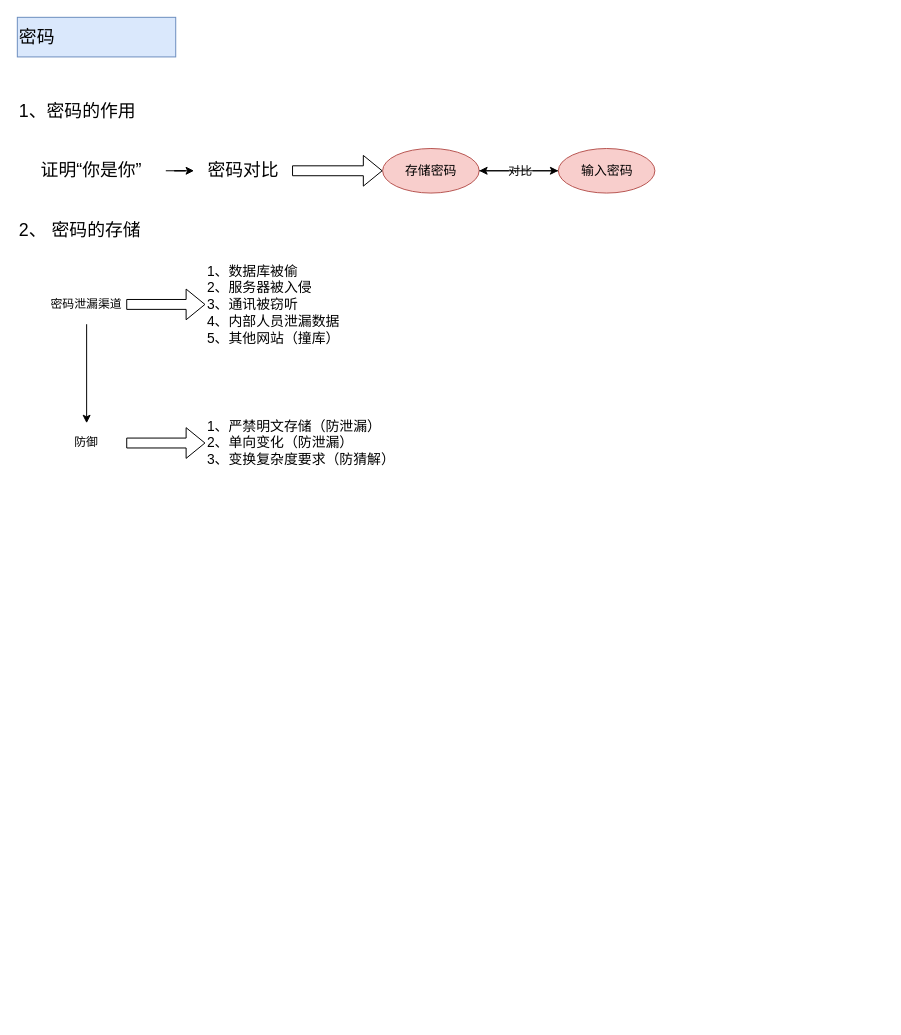
This is 密码.drawio from JMHello/draw, a draw.io file, before an edit. Source tidied: cells renumbered, new cells numbered last; positions are measured from the earlier drawing's top-left corner, leaving out a move shared by most shapes. Both pictures are drawn from the tidied source at 99%, with x=0, y=0 at pixel (17, 17).
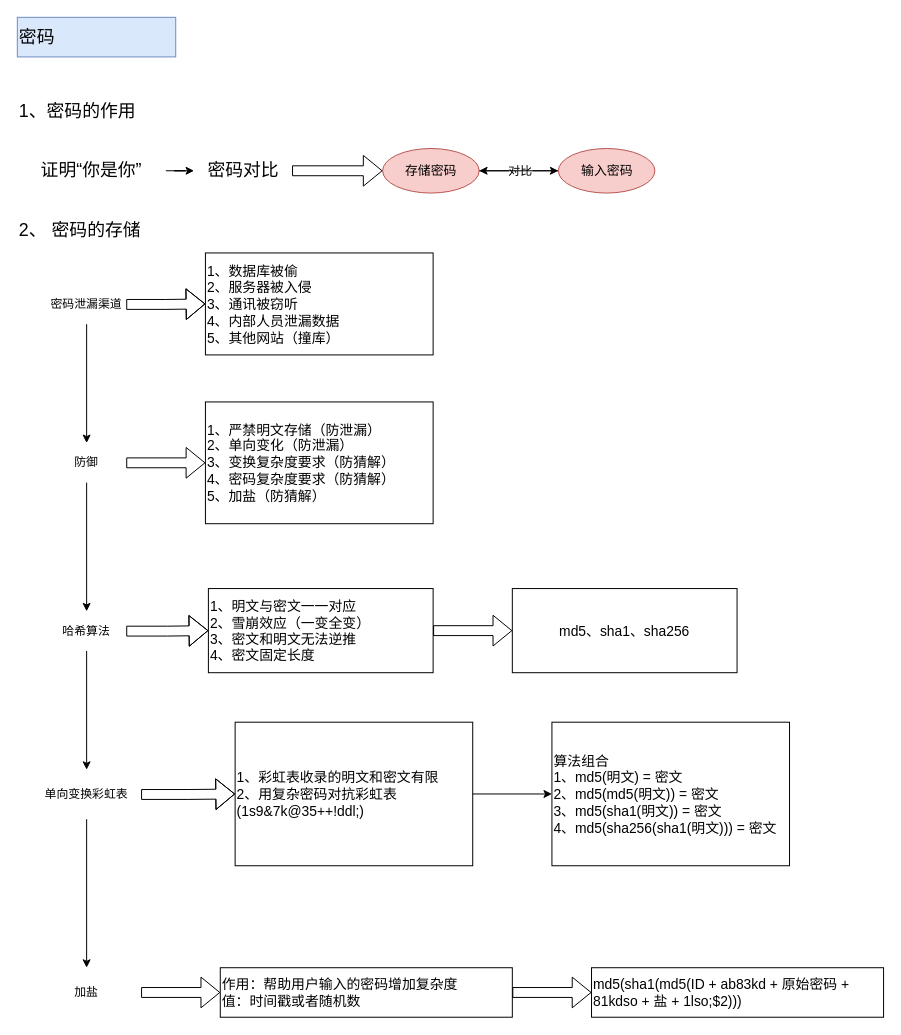
The same page after the edit.

The edit, as a diff of the source:
```diff
@@
+    <mxCell id="22" style="edgeStyle=orthogonalEdgeStyle;rounded=0;jettySize=auto;html=1;fontSize=14;" parent="1" edge="1" source="19" target="25">
+      <mxGeometry relative="1" as="geometry" />
+    </mxCell>
     <mxCell id="19" value="防御" style="text;html=1;strokeColor=none;fillColor=none;align=center;verticalAlign=middle;whiteSpace=wrap;rounded=0;" parent="1" vertex="1">
-      <mxGeometry x="30" y="410" width="80" height="40" as="geometry" />
+      <mxGeometry x="30" y="430" width="80" height="40" as="geometry" />
     </mxCell>
+    <mxCell id="23" style="edgeStyle=orthogonalEdgeStyle;rounded=0;jettySize=auto;html=1;fontSize=14;shape=flexArrow;" parent="1" edge="1" source="25" target="38">
+      <mxGeometry relative="1" as="geometry" />
+    </mxCell>
+    <mxCell id="24" style="edgeStyle=orthogonalEdgeStyle;rounded=0;jettySize=auto;html=1;fontSize=14;" parent="1" edge="1" source="25" target="28">
+      <mxGeometry relative="1" as="geometry" />
+    </mxCell>
+    <mxCell id="25" value="哈希算法" style="text;html=1;strokeColor=none;fillColor=none;align=center;verticalAlign=middle;whiteSpace=wrap;rounded=0;" parent="1" vertex="1">
+      <mxGeometry x="30" y="600" width="80" height="40" as="geometry" />
+    </mxCell>
+    <mxCell id="26" style="edgeStyle=orthogonalEdgeStyle;shape=flexArrow;rounded=0;jettySize=auto;html=1;fontSize=14;" parent="1" edge="1" source="28" target="35">
+      <mxGeometry relative="1" as="geometry" />
+    </mxCell>
+    <mxCell id="27" style="edgeStyle=orthogonalEdgeStyle;rounded=0;jettySize=auto;html=1;fontSize=14;" parent="1" edge="1" source="28" target="30">
+      <mxGeometry relative="1" as="geometry" />
+    </mxCell>
+    <mxCell id="28" value="单向变换彩虹表" style="text;html=1;strokeColor=none;fillColor=none;align=center;verticalAlign=middle;whiteSpace=wrap;rounded=0;" parent="1" vertex="1">
+      <mxGeometry x="15" y="760" width="110" height="50" as="geometry" />
+    </mxCell>
+    <mxCell id="29" style="edgeStyle=orthogonalEdgeStyle;rounded=0;jettySize=auto;html=1;fontSize=14;shape=flexArrow;" parent="1" edge="1" source="30" target="32">
+      <mxGeometry relative="1" as="geometry" />
+    </mxCell>
+    <mxCell id="30" value="加盐" style="text;html=1;strokeColor=none;fillColor=none;align=center;verticalAlign=middle;whiteSpace=wrap;rounded=0;" parent="1" vertex="1">
+      <mxGeometry x="15" y="960" width="110" height="50" as="geometry" />
+    </mxCell>
+    <mxCell id="31" style="edgeStyle=orthogonalEdgeStyle;shape=flexArrow;rounded=0;jettySize=auto;html=1;fontSize=14;" parent="1" edge="1" source="32" target="33">
+      <mxGeometry relative="1" as="geometry" />
+    </mxCell>
+    <mxCell id="32" value="作用：帮助用户输入的密码增加复杂度&lt;br&gt;值：时间戳或者随机数&lt;br&gt;" style="text;html=1;align=left;verticalAlign=middle;whiteSpace=wrap;rounded=0;strokeColor=#000000;fontSize=14;" parent="1" vertex="1">
+      <mxGeometry x="205" y="960" width="295" height="50" as="geometry" />
+    </mxCell>
+    <mxCell id="33" value="md5(sha1(md5(ID + ab83kd + 原始密码 + 81kdso + 盐 + 1lso;$2)))&lt;br&gt;" style="text;html=1;align=left;verticalAlign=middle;whiteSpace=wrap;rounded=0;strokeColor=#000000;fontSize=14;" parent="1" vertex="1">
+      <mxGeometry x="580" y="960" width="295" height="50" as="geometry" />
+    </mxCell>
+    <mxCell id="34" style="edgeStyle=orthogonalEdgeStyle;rounded=0;jettySize=auto;html=1;fontSize=14;" parent="1" edge="1" source="35" target="36">
+      <mxGeometry relative="1" as="geometry" />
+    </mxCell>
+    <mxCell id="35" value="1、彩虹表收录的明文和密文有限&lt;br&gt;2、用复杂密码对抗彩虹表&lt;br&gt;(1s9&amp;amp;7k@35++!ddl;)&lt;br&gt;" style="text;html=1;strokeColor=#000000;fillColor=none;align=left;verticalAlign=middle;whiteSpace=wrap;rounded=0;fontSize=14;" parent="1" vertex="1">
+      <mxGeometry x="220" y="712" width="240" height="145" as="geometry" />
+    </mxCell>
+    <mxCell id="36" value="算法组合&lt;br style=&quot;font-size: 14px&quot;&gt;1、md5(明文) = 密文&lt;br&gt;2、md5(md5(明文)) = 密文&lt;br&gt;3、md5(sha1(明文)) = 密文&lt;br&gt;4、md5(sha256(sha1(明文))) = 密文&lt;br&gt;" style="text;html=1;strokeColor=#000000;fillColor=none;align=left;verticalAlign=middle;whiteSpace=wrap;rounded=0;fontSize=14;" parent="1" vertex="1">
+      <mxGeometry x="540" y="712" width="240" height="145" as="geometry" />
+    </mxCell>
+    <mxCell id="37" style="edgeStyle=orthogonalEdgeStyle;shape=flexArrow;rounded=0;jettySize=auto;html=1;fontSize=14;" parent="1" edge="1" source="38" target="39">
+      <mxGeometry relative="1" as="geometry" />
+    </mxCell>
+    <mxCell id="38" value="1、明文与密文一一对应&lt;br style=&quot;font-size: 14px&quot;&gt;2、雪崩效应（一变全变）&lt;br&gt;3、密文和明文无法逆推&lt;br&gt;4、密文固定长度&lt;br style=&quot;font-size: 14px&quot;&gt;" style="text;html=1;align=left;verticalAlign=middle;whiteSpace=wrap;rounded=0;strokeColor=#000000;fontSize=14;" parent="1" vertex="1">
+      <mxGeometry x="193" y="577" width="227" height="85" as="geometry" />
+    </mxCell>
+    <mxCell id="39" value="md5、sha1、sha256&lt;br style=&quot;font-size: 14px&quot;&gt;" style="text;html=1;align=center;verticalAlign=middle;whiteSpace=wrap;rounded=0;strokeColor=#000000;fontSize=14;" parent="1" vertex="1">
+      <mxGeometry x="500" y="577" width="227" height="85" as="geometry" />
+    </mxCell>
-    <mxCell id="20" value="1、严禁明文存储（防泄漏）&lt;br style=&quot;font-size: 14px;&quot;&gt;2、单向变化（防泄漏）&lt;br style=&quot;font-size: 14px;&quot;&gt;3、变换复杂度要求（防猜解）&lt;br style=&quot;font-size: 14px;&quot;&gt;" style="text;html=1;strokeColor=none;fillColor=none;align=left;verticalAlign=middle;whiteSpace=wrap;rounded=0;fontSize=14;" parent="1" vertex="1">
-      <mxGeometry x="190" y="395" width="210" height="70" as="geometry" />
+    <mxCell id="20" value="1、严禁明文存储（防泄漏）&lt;br style=&quot;font-size: 14px&quot;&gt;2、单向变化（防泄漏）&lt;br style=&quot;font-size: 14px&quot;&gt;3、变换复杂度要求（防猜解）&lt;br&gt;4、密码复杂度要求（防猜解）&lt;br&gt;5、加盐（防猜解）&lt;br style=&quot;font-size: 14px&quot;&gt;" style="text;html=1;align=left;verticalAlign=middle;whiteSpace=wrap;rounded=0;fontSize=14;strokeColor=#000000;" parent="1" vertex="1">
+      <mxGeometry x="190" y="388.5" width="230" height="123" as="geometry" />
     </mxCell>
-    <mxCell id="21" value="1、数据库被偷&lt;br style=&quot;font-size: 14px;&quot;&gt;2、服务器被入侵&lt;br style=&quot;font-size: 14px;&quot;&gt;3、通讯被窃听&lt;br style=&quot;font-size: 14px;&quot;&gt;4、内部人员泄漏数据&lt;br style=&quot;font-size: 14px;&quot;&gt;5、其他网站（撞库）&lt;br style=&quot;font-size: 14px;&quot;&gt;" style="text;html=1;strokeColor=none;fillColor=none;align=left;verticalAlign=middle;whiteSpace=wrap;rounded=0;fontSize=14;" parent="1" vertex="1">
-      <mxGeometry x="190" y="237.5" width="220" height="105" as="geometry" />
+    <mxCell id="21" value="1、数据库被偷&lt;br style=&quot;font-size: 14px;&quot;&gt;2、服务器被入侵&lt;br style=&quot;font-size: 14px;&quot;&gt;3、通讯被窃听&lt;br style=&quot;font-size: 14px;&quot;&gt;4、内部人员泄漏数据&lt;br style=&quot;font-size: 14px;&quot;&gt;5、其他网站（撞库）&lt;br style=&quot;font-size: 14px;&quot;&gt;" style="text;html=1;align=left;verticalAlign=middle;whiteSpace=wrap;rounded=0;fontSize=14;strokeColor=#000000;" parent="1" vertex="1">
+      <mxGeometry x="190" y="238" width="230" height="103" as="geometry" />
     </mxCell>
```
